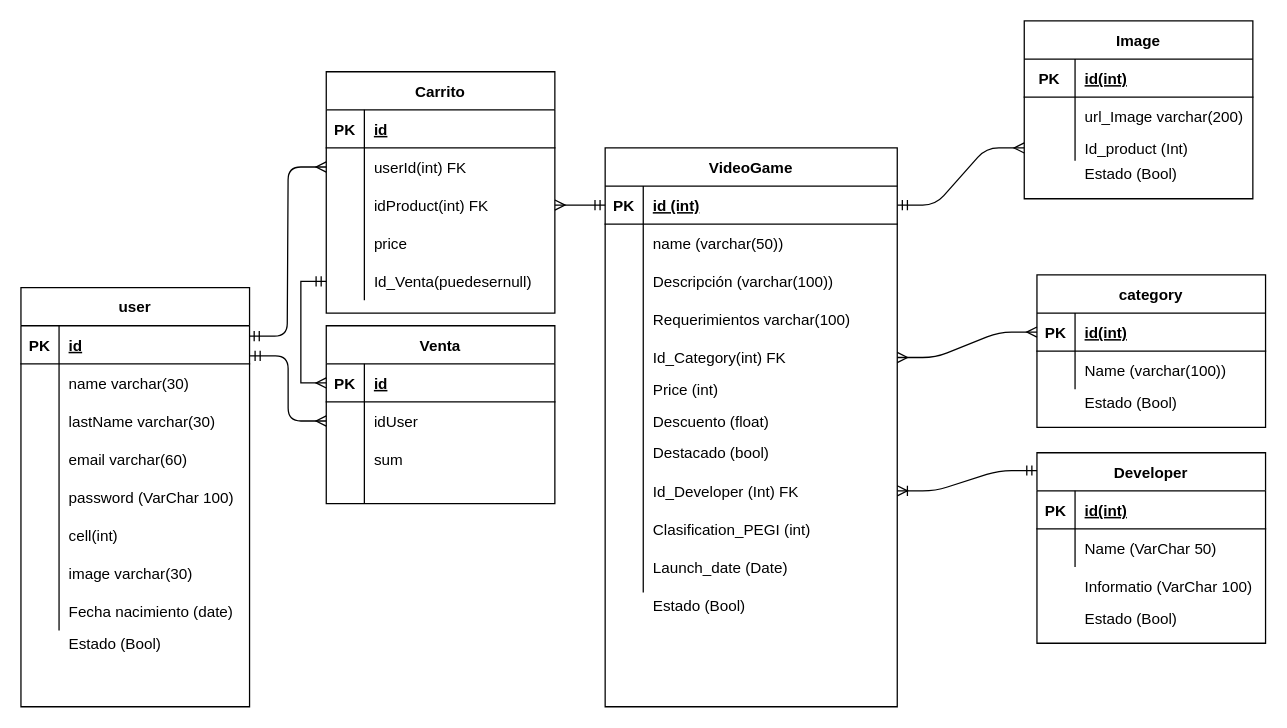
maximilianozurita/SMG keeps this draw.io diagram as Esquemas (Wireframes-Modelo de dominio)/Modelo de dominio.drawio. Above is the earlier version. Source tidied: cells renumbered, new cells numbered last; positions are measured from the earlier drawing's top-left corner, leaving out a move shared by most shapes. Both pictures are drawn from the tidied source at 127%, with x=0, y=0 at pixel (20, 20).
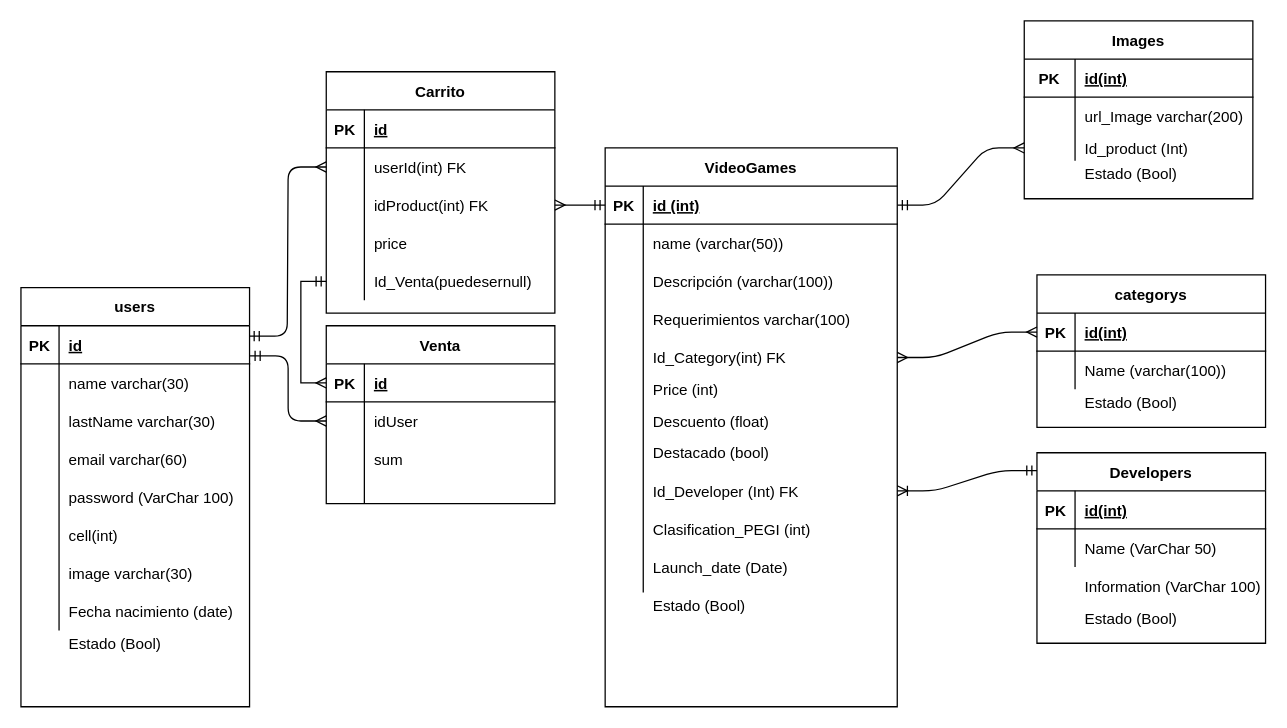
After the change.

What changed in the source:
```diff
@@
-    <mxCell id="2" value="VideoGame" style="shape=table;startSize=30;childLayout=tableLayout;rowLines=0;fontStyle=1;align=center;" parent="1" vertex="1">
+    <mxCell id="2" value="VideoGames" style="shape=table;startSize=30;childLayout=tableLayout;rowLines=0;fontStyle=1;align=center;" parent="1" vertex="1">
       <mxGeometry x="460" y="100" width="230" height="440" as="geometry" />
     </mxCell>
@@
-    <mxCell id="30" value="category" style="shape=table;startSize=30;childLayout=tableLayout;rowLines=0;fontStyle=1;align=center;" parent="1" vertex="1">
+    <mxCell id="30" value="categorys" style="shape=table;startSize=30;childLayout=tableLayout;rowLines=0;fontStyle=1;align=center;" parent="1" vertex="1">
       <mxGeometry x="800" y="200" width="180" height="120" as="geometry" />
     </mxCell>
@@
-    <mxCell id="38" value="Image" style="shape=table;startSize=30;childLayout=tableLayout;rowLines=0;fontStyle=1;align=center;" parent="1" vertex="1">
+    <mxCell id="38" value="Images" style="shape=table;startSize=30;childLayout=tableLayout;rowLines=0;fontStyle=1;align=center;" parent="1" vertex="1">
       <mxGeometry x="790" width="180" height="140" as="geometry" />
     </mxCell>
@@
-    <mxCell id="52" value="Developer" style="shape=table;startSize=30;childLayout=tableLayout;rowLines=0;fontStyle=1;align=center;" parent="1" vertex="1">
+    <mxCell id="52" value="Developers" style="shape=table;startSize=30;childLayout=tableLayout;rowLines=0;fontStyle=1;align=center;" parent="1" vertex="1">
       <mxGeometry x="800" y="340" width="180" height="150" as="geometry" />
     </mxCell>
@@
-    <mxCell id="60" value="user" style="shape=table;startSize=30;childLayout=tableLayout;rowLines=0;fontStyle=1;align=center;" parent="1" vertex="1">
+    <mxCell id="60" value="users" style="shape=table;startSize=30;childLayout=tableLayout;rowLines=0;fontStyle=1;align=center;" parent="1" vertex="1">
       <mxGeometry y="210" width="180" height="330" as="geometry" />
     </mxCell>
@@
-    <mxCell id="89" value="Informatio (VarChar 100)" style="shape=partialRectangle;fillColor=none;top=0;left=0;bottom=0;right=0;align=left;spacingLeft=6;overflow=hidden;" parent="1" vertex="1">
+    <mxCell id="89" value="Information (VarChar 100)" style="shape=partialRectangle;fillColor=none;top=0;left=0;bottom=0;right=0;align=left;spacingLeft=6;overflow=hidden;" parent="1" vertex="1">
       <mxGeometry x="830" y="430" width="150" height="30" as="geometry" />
     </mxCell>
```
